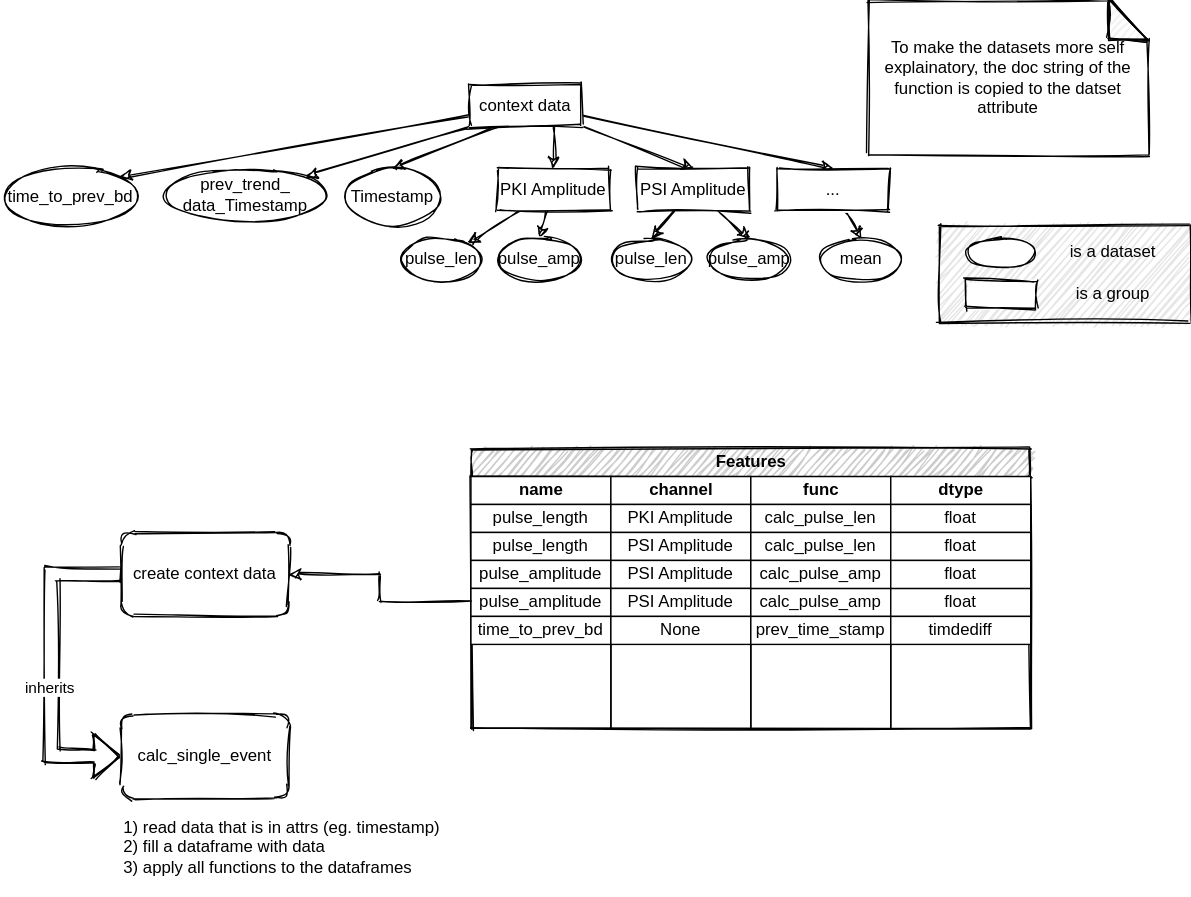
This is docu/context_data_structure.svg from cobermai/rfstudies, a draw.io export, as it was before one commit. Source tidied: cells renumbered, new cells last; positions are measured from the earlier drawing's top-left corner, leaving out a move shared by most shapes.
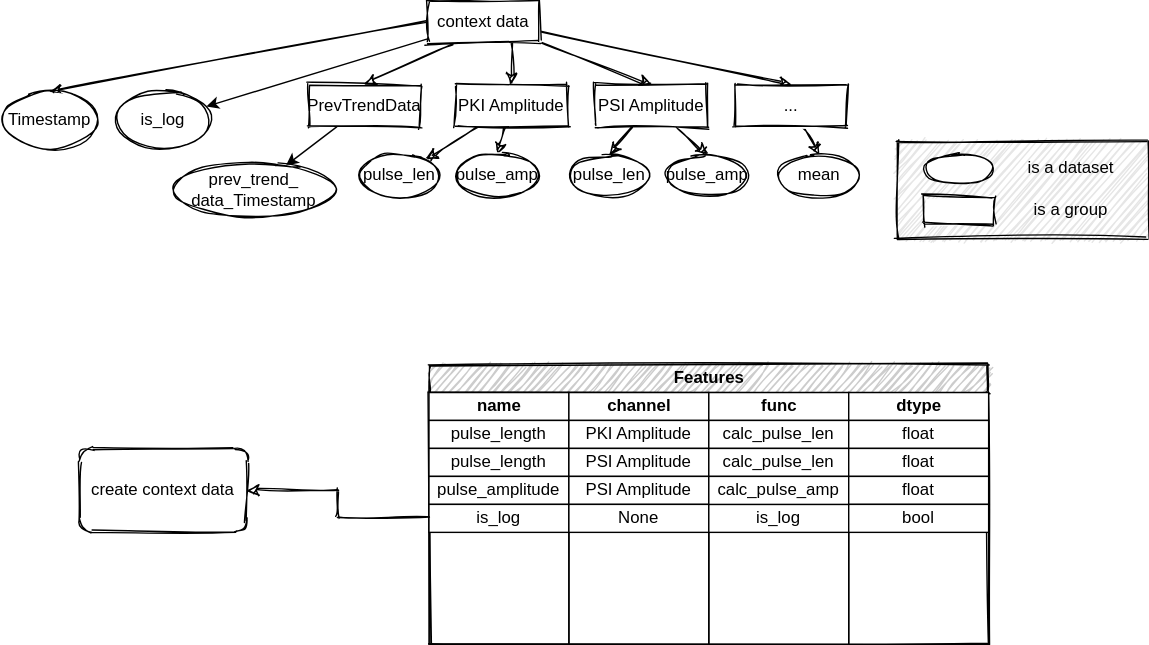
The same diagram one commit later.

Commit message:
uml of feature calculation structure

What changed in the source:
```diff
@@ -17,11 +17,8 @@
     <mxCell id="6" value="pulse_amplitude" style="whiteSpace=wrap;html=1;" parent="3" vertex="1">
       <mxGeometry y="60" width="100" height="20" as="geometry" />
     </mxCell>
-    <mxCell id="7" value="pulse_amplitude" style="whiteSpace=wrap;html=1;" parent="3" vertex="1">
-      <mxGeometry y="80" width="100" height="20" as="geometry" />
-    </mxCell>
-    <mxCell id="8" value="time_to_prev_bd" style="whiteSpace=wrap;html=1;" parent="3" vertex="1">
-      <mxGeometry y="100" width="100" height="20" as="geometry" />
+    <mxCell id="8" value="is_log" style="whiteSpace=wrap;html=1;" parent="3" vertex="1">
+      <mxGeometry y="80" width="100" height="20" as="geometry" />
     </mxCell>
     <mxCell id="9" value="channel" style="swimlane;html=1;startSize=20;" parent="2" vertex="1">
       <mxGeometry x="100" y="20" width="100" height="180" as="geometry" />
@@ -35,11 +32,8 @@
     <mxCell id="12" value="PSI Amplitude" style="whiteSpace=wrap;html=1;" parent="9" vertex="1">
       <mxGeometry y="60" width="100" height="20" as="geometry" />
     </mxCell>
-    <mxCell id="13" value="PSI Amplitude" style="whiteSpace=wrap;html=1;" parent="9" vertex="1">
-      <mxGeometry y="80" width="100" height="20" as="geometry" />
-    </mxCell>
     <mxCell id="14" value="None" style="whiteSpace=wrap;html=1;" parent="9" vertex="1">
-      <mxGeometry y="100" width="100" height="20" as="geometry" />
+      <mxGeometry y="80" width="100" height="20" as="geometry" />
     </mxCell>
     <mxCell id="15" value="func" style="swimlane;html=1;startSize=20;" parent="2" vertex="1">
       <mxGeometry x="200" y="20" width="100" height="180" as="geometry" />
@@ -50,11 +44,8 @@
     <mxCell id="17" value="calc_pulse_len&lt;span style=&quot;color: rgba(0 , 0 , 0 , 0) ; font-family: monospace ; font-size: 0px&quot;&gt;%3CmxGraphModel%3E%3Croot%3E%3CmxCell%20id%3D%220%22%2F%3E%3CmxCell%20id%3D%221%22%20parent%3D%220%22%2F%3E%3CmxCell%20id%3D%222%22%20value%3D%22PKI%20Amplitude%22%20style%3D%22whiteSpace%3Dwrap%3Bhtml%3D1%3B%22%20vertex%3D%221%22%20parent%3D%221%22%3E%3CmxGeometry%20x%3D%22500%22%20y%3D%22240%22%20width%3D%22100%22%20height%3D%2220%22%20as%3D%22geometry%22%2F%3E%3C%2FmxCell%3E%3C%2Froot%3E%3C%2FmxGraphModel%3E&lt;/span&gt;" style="whiteSpace=wrap;html=1;" parent="15" vertex="1">
       <mxGeometry y="40" width="100" height="20" as="geometry" />
     </mxCell>
-    <mxCell id="18" value="calc_pulse_amp&lt;span style=&quot;color: rgba(0 , 0 , 0 , 0) ; font-family: monospace ; font-size: 0px&quot;&gt;%3CmxGraphModel%3E%3Croot%3E%3CmxCell%20id%3D%220%22%2F%3E%3CmxCell%20id%3D%221%22%20parent%3D%220%22%2F%3E%3CmxCell%20id%3D%222%22%20value%3D%22PKI%20Amplitude%22%20style%3D%22whiteSpace%3Dwrap%3Bhtml%3D1%3B%22%20vertex%3D%221%22%20parent%3D%221%22%3E%3CmxGeometry%20x%3D%22500%22%20y%3D%22240%22%20width%3D%22100%22%20height%3D%2220%22%20as%3D%22geometry%22%2F%3E%3C%2FmxCell%3E%3C%2Froot%3E%3C%2FmxGraphModel%3E&lt;/span&gt;" style="whiteSpace=wrap;html=1;" parent="15" vertex="1">
-      <mxGeometry y="80" width="100" height="20" as="geometry" />
-    </mxCell>
-    <mxCell id="19" value="prev_time_stamp" style="whiteSpace=wrap;html=1;" parent="15" vertex="1">
-      <mxGeometry y="100" width="100" height="20" as="geometry" />
+    <mxCell id="19" value="is_log" style="whiteSpace=wrap;html=1;" parent="15" vertex="1">
+      <mxGeometry y="80" width="100" height="20" as="geometry" />
     </mxCell>
     <mxCell id="20" value="calc_pulse_amp&lt;span style=&quot;color: rgba(0 , 0 , 0 , 0) ; font-family: monospace ; font-size: 0px&quot;&gt;%3CmxGraphModel%3E%3Croot%3E%3CmxCell%20id%3D%220%22%2F%3E%3CmxCell%20id%3D%221%22%20parent%3D%220%22%2F%3E%3CmxCell%20id%3D%222%22%20value%3D%22PKI%20Amplitude%22%20style%3D%22whiteSpace%3Dwrap%3Bhtml%3D1%3B%22%20vertex%3D%221%22%20parent%3D%221%22%3E%3CmxGeometry%20x%3D%22500%22%20y%3D%22240%22%20width%3D%22100%22%20height%3D%2220%22%20as%3D%22geometry%22%2F%3E%3C%2FmxCell%3E%3C%2Froot%3E%3C%2FmxGraphModel%3E&lt;/span&gt;" style="whiteSpace=wrap;html=1;" parent="15" vertex="1">
       <mxGeometry y="60" width="100" height="20" as="geometry" />
@@ -68,42 +59,22 @@
     <mxCell id="23" value="float" style="whiteSpace=wrap;html=1;" parent="21" vertex="1">
       <mxGeometry y="40" width="100" height="20" as="geometry" />
     </mxCell>
-    <mxCell id="24" value="float" style="whiteSpace=wrap;html=1;" parent="21" vertex="1">
-      <mxGeometry y="80" width="100" height="20" as="geometry" />
-    </mxCell>
     <mxCell id="25" value="float" style="whiteSpace=wrap;html=1;" parent="21" vertex="1">
       <mxGeometry y="60" width="100" height="20" as="geometry" />
     </mxCell>
-    <mxCell id="26" value="timdediff" style="whiteSpace=wrap;html=1;" parent="21" vertex="1">
-      <mxGeometry y="100" width="100" height="20" as="geometry" />
+    <mxCell id="26" value="bool" style="whiteSpace=wrap;html=1;" parent="21" vertex="1">
+      <mxGeometry y="80" width="100" height="20" as="geometry" />
     </mxCell>
-    <mxCell id="27" style="edgeStyle=orthogonalEdgeStyle;rounded=0;jettySize=auto;html=1;entryX=0;entryY=0.5;entryDx=0;entryDy=0;exitX=0;exitY=0.5;exitDx=0;exitDy=0;shape=flexArrow;sketch=1;" parent="1" edge="1" source="29" target="30">
-      <mxGeometry relative="1" as="geometry">
-        <Array as="points">
-          <mxPoint x="36" y="410" />
-          <mxPoint x="36" y="540" />
-        </Array>
-      </mxGeometry>
-    </mxCell>
-    <mxCell id="28" value="inherits" style="edgeLabel;html=1;align=center;verticalAlign=middle;" parent="27" vertex="1">
-      <mxGeometry x="0.13" y="-2" relative="1" as="geometry" />
-    </mxCell>
     <mxCell id="29" value="create context data" style="rounded=1;whiteSpace=wrap;html=1;sketch=1;" parent="1" vertex="1">
       <mxGeometry x="86" y="380" width="120" height="60" as="geometry" />
     </mxCell>
-    <mxCell id="30" value="calc_single_event&lt;br&gt;" style="rounded=1;whiteSpace=wrap;html=1;sketch=1;" parent="1" vertex="1">
-      <mxGeometry x="86" y="510" width="120" height="60" as="geometry" />
-    </mxCell>
     <mxCell id="31" style="edgeStyle=orthogonalEdgeStyle;rounded=0;jettySize=auto;html=1;sketch=1;" parent="1" edge="1" source="3" target="29">
       <mxGeometry relative="1" as="geometry" />
     </mxCell>
-    <mxCell id="32" value="1) read data that is in attrs (eg. timestamp)&lt;br&gt;2) fill a dataframe with data&lt;br&gt;3) apply all functions to the dataframes&amp;nbsp;" style="text;html=1;strokeColor=none;fillColor=none;align=left;verticalAlign=middle;whiteSpace=wrap;rounded=0;sketch=0;" parent="1" vertex="1">
-      <mxGeometry x="86" y="570" width="250" height="70" as="geometry" />
-    </mxCell>
-    <mxCell id="33" style="edgeStyle=none;rounded=0;jettySize=auto;html=1;entryX=0.5;entryY=0;entryDx=0;entryDy=0;exitX=0.25;exitY=1;exitDx=0;exitDy=0;sketch=1;" parent="1" edge="1" source="39" target="48">
+    <mxCell id="33" style="edgeStyle=none;rounded=0;jettySize=auto;html=1;entryX=0.5;entryY=0;entryDx=0;entryDy=0;exitX=0;exitY=0.5;exitDx=0;exitDy=0;sketch=1;" parent="1" edge="1" source="39" target="48">
       <mxGeometry relative="1" as="geometry" />
     </mxCell>
-    <mxCell id="34" style="edgeStyle=none;rounded=0;jettySize=auto;html=1;entryX=1;entryY=0;entryDx=0;entryDy=0;exitX=0;exitY=1;exitDx=0;exitDy=0;sketch=1;" parent="1" edge="1" source="39" target="53">
+    <mxCell id="34" style="edgeStyle=none;rounded=0;jettySize=auto;html=1;entryX=0.5;entryY=0;entryDx=0;entryDy=0;exitX=0.25;exitY=1;exitDx=0;exitDy=0;sketch=1;" parent="1" edge="1" source="39" target="65">
       <mxGeometry relative="1" as="geometry" />
     </mxCell>
     <mxCell id="35" style="edgeStyle=none;rounded=0;jettySize=auto;html=1;exitX=0.75;exitY=1;exitDx=0;exitDy=0;sketch=1;" parent="1" edge="1" source="39" target="42">
@@ -115,9 +86,9 @@
     <mxCell id="37" style="edgeStyle=none;rounded=0;jettySize=auto;html=1;exitX=1;exitY=0.75;exitDx=0;exitDy=0;entryX=0.5;entryY=0;entryDx=0;entryDy=0;sketch=1;" parent="1" edge="1" source="39" target="47">
       <mxGeometry relative="1" as="geometry" />
     </mxCell>
-    <mxCell id="38" style="edgeStyle=none;rounded=0;jettySize=auto;html=1;entryX=1;entryY=0;entryDx=0;entryDy=0;sketch=1;" parent="1" edge="1" source="39" target="54">
-      <mxGeometry relative="1" as="geometry" />
-    </mxCell>
+    <mxCell id="63" style="rounded=0;jettySize=auto;html=1;" parent="1" edge="1" source="39" target="66">
+      <mxGeometry relative="1" as="geometry" />
+    </mxCell>
     <mxCell id="39" value="context data" style="rounded=0;whiteSpace=wrap;html=1;align=center;sketch=1;" parent="1" vertex="1">
       <mxGeometry x="335" y="60" width="80" height="30" as="geometry" />
     </mxCell>
@@ -146,7 +117,7 @@
       <mxGeometry x="555" y="120" width="80" height="30" as="geometry" />
     </mxCell>
     <mxCell id="48" value="Timestamp" style="ellipse;whiteSpace=wrap;html=1;align=center;sketch=1;" parent="1" vertex="1">
-      <mxGeometry x="245" y="120" width="70" height="40" as="geometry" />
+      <mxGeometry x="30" y="125" width="70" height="40" as="geometry" />
     </mxCell>
     <mxCell id="49" value="pulse_len" style="ellipse;whiteSpace=wrap;html=1;align=center;sketch=1;" parent="1" vertex="1">
       <mxGeometry x="285" y="170" width="60" height="30" as="geometry" />
@@ -160,12 +131,6 @@
     <mxCell id="52" value="pulse_amp" style="ellipse;whiteSpace=wrap;html=1;align=center;sketch=1;" parent="1" vertex="1">
       <mxGeometry x="505" y="170" width="60" height="30" as="geometry" />
     </mxCell>
-    <mxCell id="53" value="prev_trend_&lt;br&gt;data_Timestamp" style="ellipse;whiteSpace=wrap;html=1;align=center;sketch=1;" parent="1" vertex="1">
-      <mxGeometry x="115" y="120" width="120" height="37.5" as="geometry" />
-    </mxCell>
-    <mxCell id="54" value="time_to_prev_bd" style="ellipse;whiteSpace=wrap;html=1;align=center;sketch=1;" parent="1" vertex="1">
-      <mxGeometry y="120" width="100" height="40" as="geometry" />
-    </mxCell>
     <mxCell id="55" value="mean" style="ellipse;whiteSpace=wrap;html=1;align=center;sketch=1;" parent="1" vertex="1">
       <mxGeometry x="585" y="170" width="60" height="30" as="geometry" />
     </mxCell>
@@ -187,8 +152,17 @@
     <mxCell id="61" style="rounded=0;whiteSpace=wrap;html=1;sketch=1;align=center;" parent="56" vertex="1">
       <mxGeometry x="20" y="39.8" width="50" height="20" as="geometry" />
     </mxCell>
-    <mxCell id="62" value="To make the datasets more self explainatory, the doc string of the function is copied to the datset attribute" style="shape=note;whiteSpace=wrap;html=1;backgroundOutline=1;darkOpacity=0.05;rounded=0;sketch=1;strokeColor=#000000;align=center;fillColor=none;size=28;" parent="1" vertex="1">
-      <mxGeometry x="620" width="200" height="110" as="geometry" />
-    </mxCell>
+    <mxCell id="64" style="edgeStyle=none;rounded=0;jettySize=auto;html=1;" parent="1" edge="1" source="65" target="53">
+      <mxGeometry relative="1" as="geometry" />
+    </mxCell>
+    <mxCell id="65" value="PrevTrendData" style="rounded=0;whiteSpace=wrap;html=1;align=center;sketch=1;" parent="1" vertex="1">
+      <mxGeometry x="250" y="120" width="80" height="30" as="geometry" />
+    </mxCell>
+    <mxCell id="53" value="prev_trend_&lt;br&gt;data_Timestamp" style="ellipse;whiteSpace=wrap;html=1;align=center;sketch=1;" parent="1" vertex="1">
+      <mxGeometry x="151" y="176.4" width="120" height="37.5" as="geometry" />
+    </mxCell>
+    <mxCell id="66" value="is_log" style="ellipse;whiteSpace=wrap;html=1;align=center;sketch=1;" parent="1" vertex="1">
+      <mxGeometry x="111" y="125" width="70" height="40" as="geometry" />
+    </mxCell>
   </root>
 </mxGraphModel>
```
